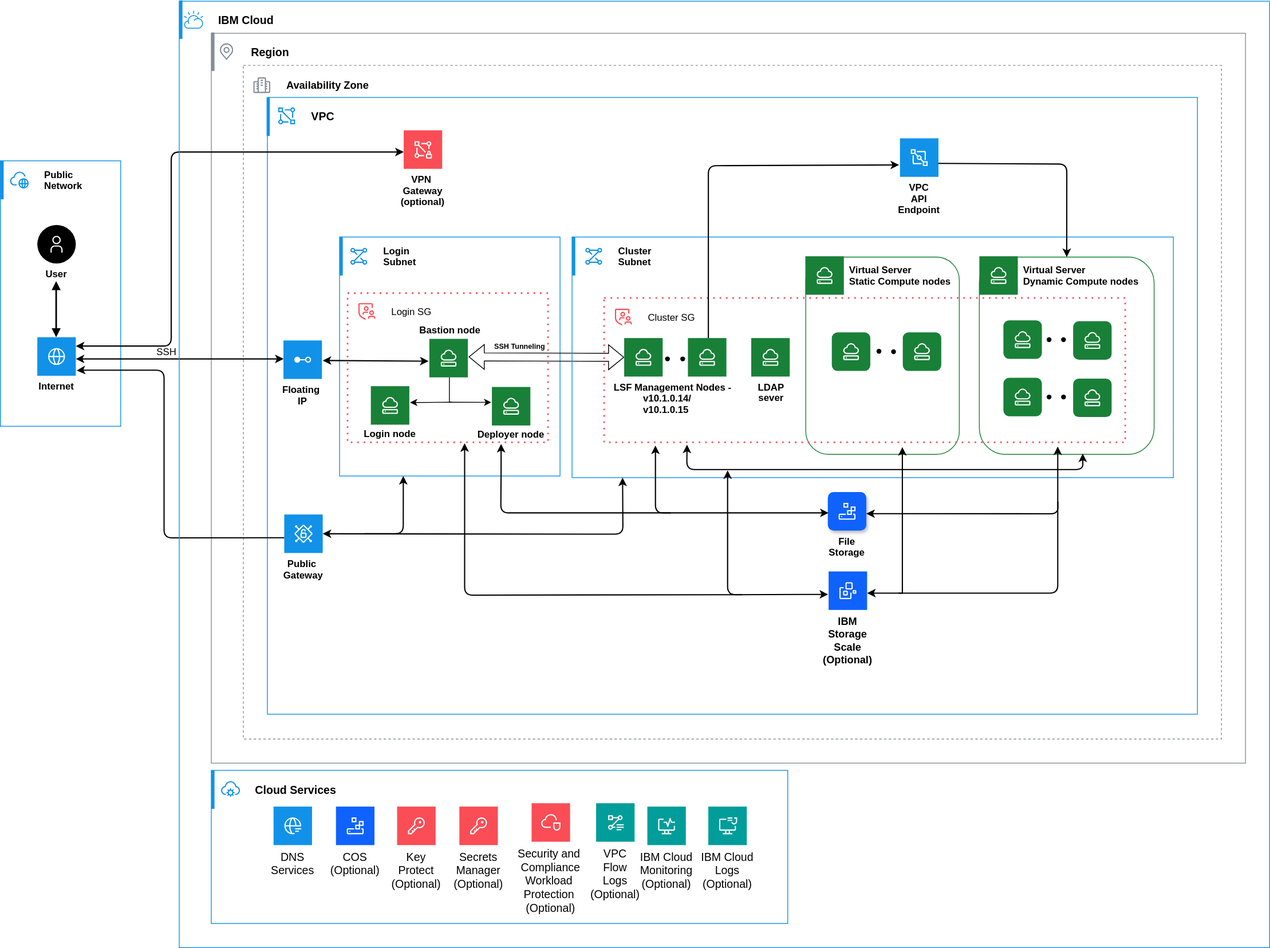
Earlier version of the draw.io export images/LSF-DA-Architecture-diagram.svg (ibm-cloud-docs/hpc-ibm-spectrumlsf). Source tidied: cells renumbered, new cells last; positions are measured from the earlier drawing's top-left corner, leaving out a move shared by most shapes.
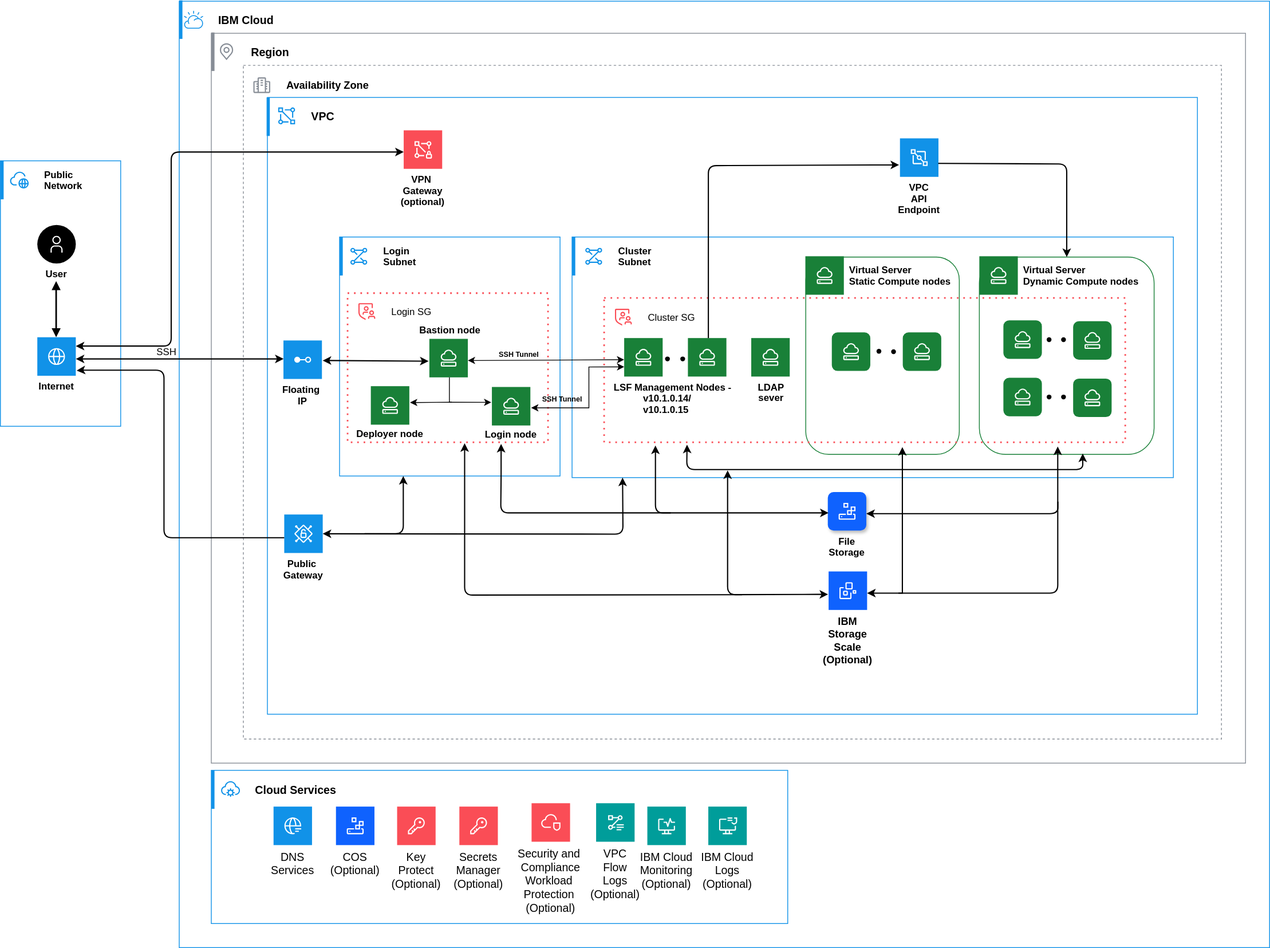
Later version of the same file.

Diff of the diagram source:
```diff
@@ -2,6 +2,9 @@
   <root>
     <mxCell id="0" />
     <mxCell id="1" parent="0" />
+    <mxCell id="133" style="html=1;whiteSpace=wrap;strokeColor=#1192E8;fillColor=none;strokeWidth=1;" parent="1" vertex="1">
+      <mxGeometry x="223" y="1" width="1360" height="1180" as="geometry" />
+    </mxCell>
     <mxCell id="2" style="html=1;whiteSpace=wrap;strokeColor=#878D96;fillColor=none;strokeWidth=1;" parent="1" vertex="1">
       <mxGeometry x="263" y="41" width="1290" height="910" as="geometry" />
     </mxCell>
@@ -11,6 +14,9 @@
     <mxCell id="4" style="html=1;whiteSpace=wrap;strokeColor=#878D96;fillColor=none;strokeWidth=1;dashed=1;" parent="1" vertex="1">
       <mxGeometry x="303" y="81" width="1220" height="840" as="geometry" />
     </mxCell>
+    <mxCell id="18" style="html=1;whiteSpace=wrap;strokeColor=#FA4D56;fillColor=none;dashed=1;dashPattern=1 3;strokeWidth=2;" parent="1" vertex="1">
+      <mxGeometry x="433" y="365" width="250" height="186" as="geometry" />
+    </mxCell>
     <mxCell id="5" style="html=1;whiteSpace=wrap;strokeColor=#1192E8;fillColor=none;strokeWidth=1;" parent="1" vertex="1">
       <mxGeometry x="423" y="295" width="275" height="298" as="geometry" />
     </mxCell>
@@ -34,7 +40,7 @@
         </Array>
       </mxGeometry>
     </mxCell>
-    <mxCell id="10" value="Login node" style="shape=rect;fillColor=#198038;labelPosition=center;verticalLabelPosition=bottom;align=center;verticalAlign=top;strokeColor=none;fontSize=12;fontStyle=1;spacing=0;" parent="5" vertex="1">
+    <mxCell id="10" value="Deployer node" style="shape=rect;fillColor=#198038;labelPosition=center;verticalLabelPosition=bottom;align=center;verticalAlign=top;strokeColor=none;fontSize=12;fontStyle=1;spacing=0;" parent="5" vertex="1">
       <mxGeometry x="39" y="186" width="48" height="48" as="geometry" />
     </mxCell>
     <mxCell id="11" style="fillColor=#ffffff;strokeColor=none;dashed=0;html=1;labelPosition=center;verticalLabelPosition=bottom;verticalAlign=top;shape=mxgraph.ibm_cloud.ibm-cloud--virtual-server-vpc;" parent="10" vertex="1">
@@ -42,7 +48,7 @@
         <mxPoint x="12" y="12" as="offset" />
       </mxGeometry>
     </mxCell>
-    <mxCell id="12" value="Deployer node" style="shape=rect;fillColor=#198038;labelPosition=center;verticalLabelPosition=bottom;align=center;verticalAlign=top;strokeColor=none;fontSize=12;fontStyle=1;spacing=0;" parent="5" vertex="1">
+    <mxCell id="12" value="Login node" style="shape=rect;fillColor=#198038;labelPosition=center;verticalLabelPosition=bottom;align=center;verticalAlign=top;strokeColor=none;fontSize=12;fontStyle=1;spacing=0;" parent="5" vertex="1">
       <mxGeometry x="190" y="187" width="48" height="48" as="geometry" />
     </mxCell>
     <mxCell id="13" style="fillColor=#ffffff;strokeColor=none;dashed=0;html=1;labelPosition=center;verticalLabelPosition=bottom;verticalAlign=top;shape=mxgraph.ibm_cloud.ibm-cloud--virtual-server-vpc;" parent="12" vertex="1">
@@ -63,14 +69,6 @@
     <mxCell id="16" value="&lt;b&gt;Bastion node&lt;/b&gt;" style="text;html=1;align=center;verticalAlign=middle;whiteSpace=wrap;rounded=0;" parent="5" vertex="1">
       <mxGeometry x="97.5" y="102" width="80" height="30" as="geometry" />
     </mxCell>
-    <mxCell id="17" style="shape=flexArrow;endArrow=classic;startArrow=classic;html=1;rounded=0;entryX=0;entryY=0.5;entryDx=0;entryDy=0;exitX=1;exitY=0.5;exitDx=0;exitDy=0;" parent="5" edge="1" target="75">
-      <mxGeometry relative="1" as="geometry">
-        <mxPoint x="161" y="149.5" as="sourcePoint" />
-      </mxGeometry>
-    </mxCell>
-    <mxCell id="18" style="html=1;whiteSpace=wrap;strokeColor=#FA4D56;fillColor=none;dashed=1;dashPattern=1 3;strokeWidth=2;" parent="1" vertex="1">
-      <mxGeometry x="433" y="365" width="250" height="186" as="geometry" />
-    </mxCell>
     <mxCell id="19" style="html=1;whiteSpace=wrap;strokeColor=#1192E8;fillColor=none;strokeWidth=1;" parent="1" vertex="1">
       <mxGeometry x="713" y="295" width="750" height="300" as="geometry" />
     </mxCell>
@@ -584,11 +582,27 @@
         <mxPoint x="12" y="12" as="offset" />
       </mxGeometry>
     </mxCell>
-    <mxCell id="133" style="html=1;whiteSpace=wrap;strokeColor=#1192E8;fillColor=none;strokeWidth=1;" parent="1" vertex="1">
-      <mxGeometry x="223" y="1" width="1360" height="1180" as="geometry" />
-    </mxCell>
-    <mxCell id="134" value="SSH Tunneling" style="text;html=1;align=center;verticalAlign=middle;whiteSpace=wrap;rounded=0;fontSize=9;fontStyle=1;" parent="1" vertex="1">
-      <mxGeometry x="603" y="427" width="90" height="10" as="geometry" />
+    <mxCell id="134" value="SSH Tunnel" style="text;html=1;align=center;verticalAlign=middle;whiteSpace=wrap;rounded=0;fontSize=9;fontStyle=1;" parent="1" vertex="1">
+      <mxGeometry x="602" y="437" width="90" height="10" as="geometry" />
     </mxCell>
+    <mxCell id="135" style="endArrow=classic;startArrow=classic;html=1;rounded=0;entryX=0;entryY=0.5;entryDx=0;entryDy=0;exitX=1;exitY=0.5;exitDx=0;exitDy=0;exitPerimeter=0;fontSize=14;fontStyle=0;strokeWidth=1;" parent="1" edge="1">
+      <mxGeometry relative="1" as="geometry">
+        <mxPoint x="583" y="449" as="sourcePoint" />
+        <mxPoint x="778" y="448" as="targetPoint" />
+      </mxGeometry>
+    </mxCell>
+    <mxCell id="136" style="endArrow=classic;startArrow=classic;html=1;rounded=0;exitX=1;exitY=0.5;exitDx=0;exitDy=0;entryX=-0.019;entryY=0.707;entryDx=0;entryDy=0;entryPerimeter=0;" parent="1" edge="1">
+      <mxGeometry relative="1" as="geometry">
+        <mxPoint x="662" y="508" as="sourcePoint" />
+        <mxPoint x="778.1" y="456.9" as="targetPoint" />
+        <Array as="points">
+          <mxPoint x="734" y="508" />
+          <mxPoint x="734" y="457" />
+        </Array>
+      </mxGeometry>
+    </mxCell>
+    <mxCell id="137" value="SSH Tunnel" style="text;html=1;align=center;verticalAlign=middle;whiteSpace=wrap;rounded=0;fontSize=9;fontStyle=1;" parent="1" vertex="1">
+      <mxGeometry x="656" y="493" width="90" height="10" as="geometry" />
+    </mxCell>
   </root>
 </mxGraphModel>
```
